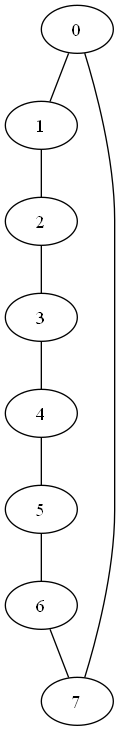
The Graphviz diagram regularGraph.png in MathNerd28/graph-matching-research, before a commit. Its source is kept beside it as regularGraph.dot.
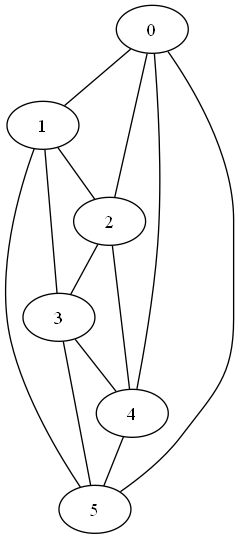
The same file after the commit.

Commit message:
Fixed regular graph to accept odd degrees

Diff of the diagram source:
```diff
@@ -1,18 +1,20 @@
 graph G {
-    0;
-    1;
-    2;
-    3;
-    4;
-    5;
-    6;
-    7;
-    0 -- 1;
-    0 -- 7;
-    1 -- 2;
-    2 -- 3;
-    3 -- 4;
-    4 -- 5;
-    5 -- 6;
-    6 -- 7;
+0;
+1;
+2;
+3;
+4;
+5;
+0 -- 1;
+0 -- 2;
+0 -- 4;
+0 -- 5;
+1 -- 2;
+1 -- 3;
+1 -- 5;
+2 -- 3;
+2 -- 4;
+3 -- 4;
+3 -- 5;
+4 -- 5;
 }
```
